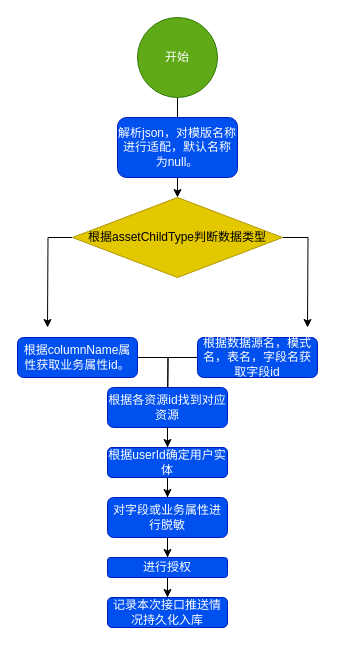
The draw.io diagram esb授权实现流程图.drawio in zp17762835004/e-commerce, before the edit. Source tidied: cells renumbered, new cells numbered last; positions are measured from the earlier drawing's top-left corner, leaving out a move shared by most shapes. Both pictures are drawn from the tidied source at 100%, with x=0, y=0 at pixel (17, 17).
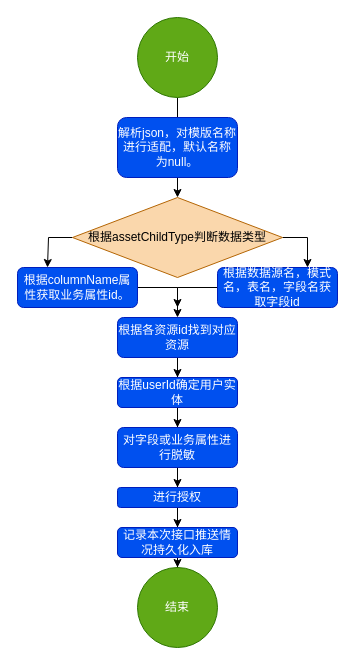
The same page after the edit.

Commit message:
更新esb授权实现流程图.drawio

Diff of the diagram source:
```diff
@@
-    <mxCell id="5" style="edgeStyle=orthogonalEdgeStyle;rounded=0;jettySize=auto;html=1;" parent="1" edge="1" source="7">
+    <mxCell id="5" style="edgeStyle=orthogonalEdgeStyle;rounded=0;jettySize=auto;html=1;entryX=0.25;entryY=0;entryDx=0;entryDy=0;" parent="1" edge="1" source="7" target="9">
       <mxGeometry relative="1" as="geometry">
-        <mxPoint x="30" y="310" as="targetPoint" />
+        <Array as="points">
+          <mxPoint x="31" y="220" />
+        </Array>
       </mxGeometry>
     </mxCell>
-    <mxCell id="6" style="edgeStyle=orthogonalEdgeStyle;rounded=0;jettySize=auto;html=1;" parent="1" edge="1" source="7">
-      <mxGeometry relative="1" as="geometry">
-        <mxPoint x="290" y="310" as="targetPoint" />
-      </mxGeometry>
-    </mxCell>
+    <mxCell id="21" style="edgeStyle=orthogonalEdgeStyle;rounded=0;jettySize=auto;html=1;entryX=0.75;entryY=0;entryDx=0;entryDy=0;" parent="1" edge="1" source="7" target="11">
+      <mxGeometry relative="1" as="geometry">
+        <Array as="points">
+          <mxPoint x="290" y="220" />
+        </Array>
+      </mxGeometry>
+    </mxCell>
-    <mxCell id="7" value="根据assetChildType&lt;span style=&quot;background-color: initial;&quot;&gt;判断数据类型&lt;/span&gt;" style="rhombus;whiteSpace=wrap;html=1;fillColor=#e3c800;fontColor=#000000;strokeColor=#B09500;" parent="1" vertex="1">
+    <mxCell id="7" value="根据assetChildType&lt;span style=&quot;background-color: initial;&quot;&gt;判断数据类型&lt;/span&gt;" style="rhombus;whiteSpace=wrap;html=1;fillColor=#fad7ac;strokeColor=#b46504;" parent="1" vertex="1">
       <mxGeometry x="55" y="180" width="210" height="80" as="geometry" />
     </mxCell>
-    <mxCell id="8" style="edgeStyle=orthogonalEdgeStyle;rounded=0;jettySize=auto;html=1;" parent="1" edge="1" source="9">
-      <mxGeometry relative="1" as="geometry">
-        <mxPoint x="150" y="400" as="targetPoint" />
-      </mxGeometry>
-    </mxCell>
+    <mxCell id="22" style="edgeStyle=orthogonalEdgeStyle;rounded=0;jettySize=auto;html=1;entryX=0.5;entryY=0;entryDx=0;entryDy=0;" parent="1" edge="1" source="9" target="13">
+      <mxGeometry relative="1" as="geometry">
+        <Array as="points">
+          <mxPoint x="160" y="270" />
+        </Array>
+      </mxGeometry>
+    </mxCell>
     <mxCell id="9" value="根据columnName属性获取业务属性id。" style="rounded=1;whiteSpace=wrap;html=1;fillColor=#0050ef;fontColor=#ffffff;strokeColor=#001DBC;" parent="1" vertex="1">
-      <mxGeometry y="320" width="120" height="40" as="geometry" />
+      <mxGeometry y="250" width="120" height="40" as="geometry" />
     </mxCell>
-    <mxCell id="10" style="edgeStyle=orthogonalEdgeStyle;rounded=0;jettySize=auto;html=1;" parent="1" edge="1" source="11">
-      <mxGeometry relative="1" as="geometry">
-        <mxPoint x="150" y="400" as="targetPoint" />
-      </mxGeometry>
-    </mxCell>
+    <mxCell id="23" style="edgeStyle=orthogonalEdgeStyle;rounded=0;jettySize=auto;html=1;" parent="1" edge="1" source="11">
+      <mxGeometry relative="1" as="geometry">
+        <mxPoint x="160" y="290" as="targetPoint" />
+        <Array as="points">
+          <mxPoint x="160" y="270" />
+        </Array>
+      </mxGeometry>
+    </mxCell>
     <mxCell id="11" value="根据数据源名，模式名，表名，字段名获取字段id" style="rounded=1;whiteSpace=wrap;html=1;fillColor=#0050ef;fontColor=#ffffff;strokeColor=#001DBC;" parent="1" vertex="1">
-      <mxGeometry x="180" y="320" width="120" height="40" as="geometry" />
+      <mxGeometry x="200" y="250" width="120" height="40" as="geometry" />
     </mxCell>
@@
-    <mxCell id="13" value="根据各资源id找到对应资源" style="rounded=1;whiteSpace=wrap;html=1;fillColor=#0050ef;fontColor=#ffffff;strokeColor=#001DBC;" parent="1" vertex="1">
-      <mxGeometry x="90" y="370" width="120" height="40" as="geometry" />
-    </mxCell>
@@
     <mxCell id="15" value="对字段或业务属性进行脱敏" style="rounded=1;whiteSpace=wrap;html=1;fillColor=#0050ef;fontColor=#ffffff;strokeColor=#001DBC;" parent="1" vertex="1">
-      <mxGeometry x="90" y="480" width="120" height="40" as="geometry" />
+      <mxGeometry x="100" y="410" width="120" height="40" as="geometry" />
     </mxCell>
@@
     <mxCell id="17" value="进行授权" style="rounded=1;whiteSpace=wrap;html=1;fillColor=#0050ef;fontColor=#ffffff;strokeColor=#001DBC;" parent="1" vertex="1">
-      <mxGeometry x="90" y="540" width="120" height="20" as="geometry" />
+      <mxGeometry x="100" y="470" width="120" height="20" as="geometry" />
     </mxCell>
+    <mxCell id="24" style="edgeStyle=orthogonalEdgeStyle;rounded=0;jettySize=auto;html=1;" parent="1" edge="1" source="18" target="25">
+      <mxGeometry relative="1" as="geometry" />
+    </mxCell>
     <mxCell id="18" value="记录本次接口推送情况持久化入库" style="rounded=1;whiteSpace=wrap;html=1;fillColor=#0050ef;fontColor=#ffffff;strokeColor=#001DBC;" parent="1" vertex="1">
-      <mxGeometry x="90" y="580" width="120" height="30" as="geometry" />
+      <mxGeometry x="100" y="510" width="120" height="30" as="geometry" />
     </mxCell>
@@
     <mxCell id="20" value="根据userId确定用户实体" style="rounded=1;whiteSpace=wrap;html=1;fillColor=#0050ef;fontColor=#ffffff;strokeColor=#001DBC;" parent="1" vertex="1">
-      <mxGeometry x="90" y="430" width="120" height="30" as="geometry" />
+      <mxGeometry x="100" y="360" width="120" height="30" as="geometry" />
     </mxCell>
+    <mxCell id="25" value="结束" style="ellipse;whiteSpace=wrap;html=1;fillColor=#60a917;fontColor=#ffffff;strokeColor=#2D7600;" parent="1" vertex="1">
+      <mxGeometry x="120" y="550" width="80" height="80" as="geometry" />
+    </mxCell>
+    <mxCell id="13" value="根据各资源id找到对应资源" style="rounded=1;whiteSpace=wrap;html=1;fillColor=#0050ef;fontColor=#ffffff;strokeColor=#001DBC;" parent="1" vertex="1">
+      <mxGeometry x="100" y="300" width="120" height="40" as="geometry" />
+    </mxCell>
```
